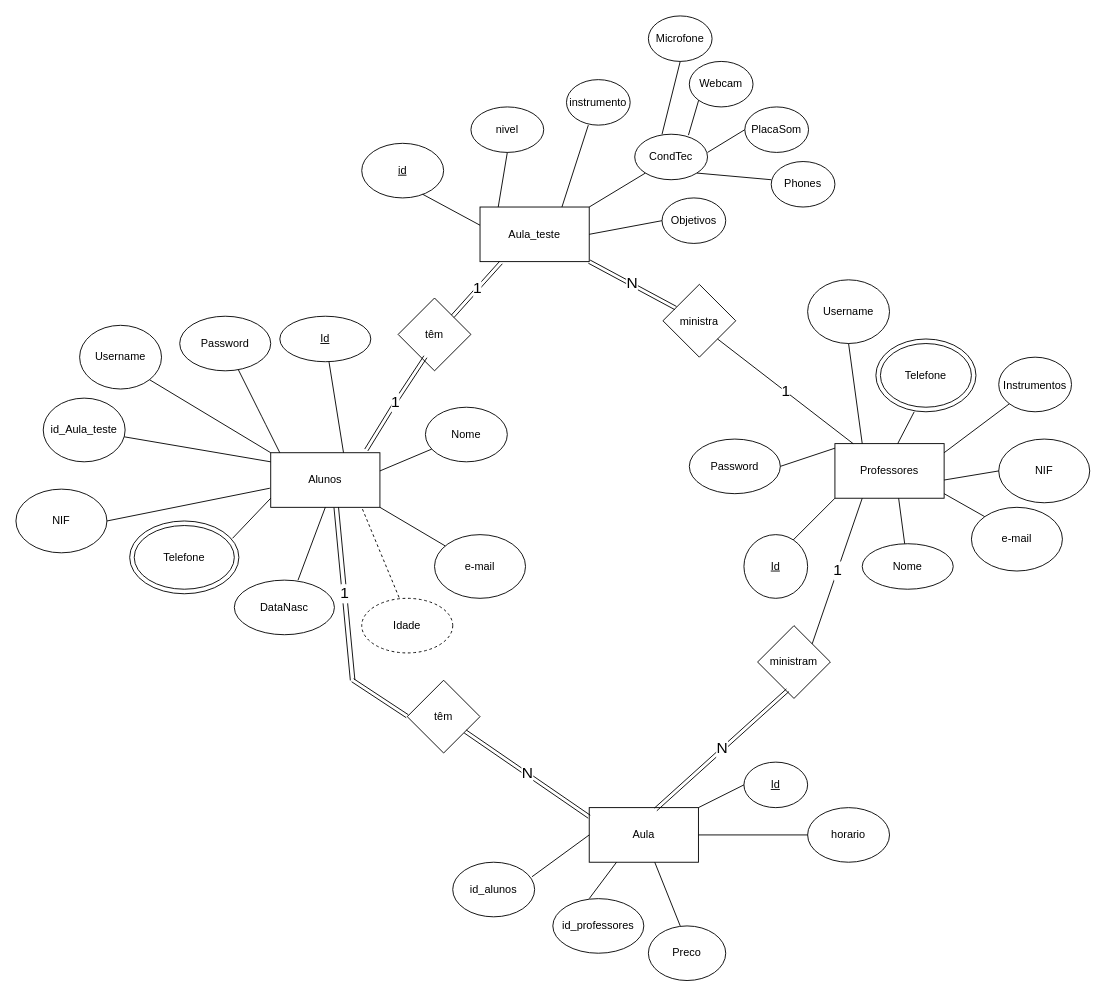
The draw.io diagram Modelo_inicial.drawio in brenexvex/firstproject, before the edit. Source tidied: cells renumbered, new cells numbered last; positions are measured from the earlier drawing's top-left corner, leaving out a move shared by most shapes. Both pictures are drawn from the tidied source at 91%, with x=0, y=0 at pixel (15, 15).
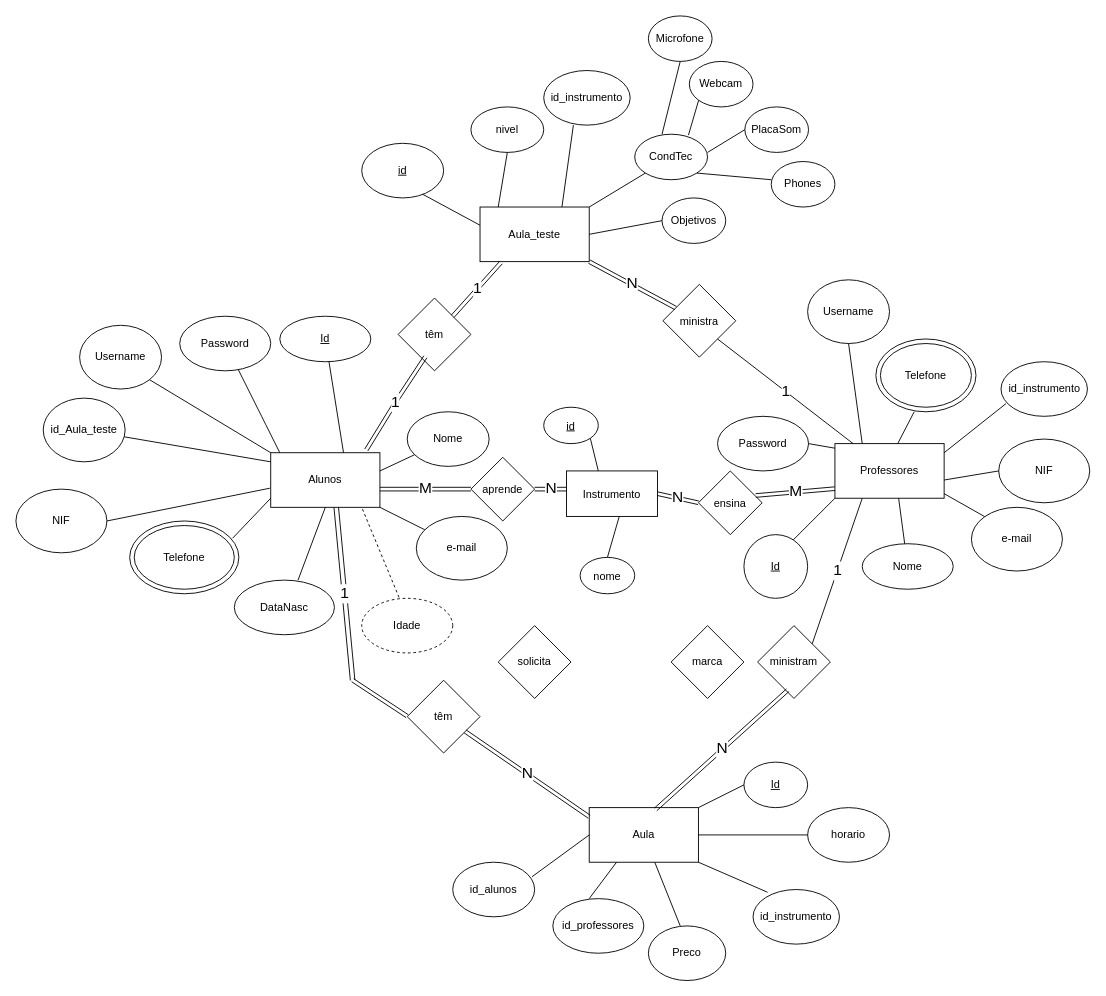
Above is the later version.

Unchanged cells that the change refers to:
```xml
<mxCell id="25" value="Aula" style="rounded=0;whiteSpace=wrap;html=1;" parent="1" vertex="1">
  <mxGeometry x="630" y="870" width="120" height="60" as="geometry" />
</mxCell>
```

What changed in the source:
```diff
@@
     <mxCell id="6" value="Nome" style="ellipse;whiteSpace=wrap;html=1;" parent="1" vertex="1">
-      <mxGeometry x="450" y="430" width="90" height="60" as="geometry" />
+      <mxGeometry x="430" y="435" width="90" height="60" as="geometry" />
     </mxCell>
@@
     <mxCell id="8" value="e-mail" style="ellipse;whiteSpace=wrap;html=1;" parent="1" vertex="1">
-      <mxGeometry x="460" y="570" width="100" height="70" as="geometry" />
+      <mxGeometry x="440" y="550" width="100" height="70" as="geometry" />
     </mxCell>
@@
     <mxCell id="34" value="Password" style="ellipse;whiteSpace=wrap;html=1;" parent="1" vertex="1">
-      <mxGeometry x="740" y="465" width="100" height="60" as="geometry" />
+      <mxGeometry x="771" y="440" width="100" height="60" as="geometry" />
     </mxCell>
@@
-    <mxCell id="60" value="instrumento" style="ellipse;whiteSpace=wrap;html=1;" parent="1" vertex="1">
-      <mxGeometry x="605" y="70" width="70" height="50" as="geometry" />
+    <mxCell id="60" value="id_instrumento" style="ellipse;whiteSpace=wrap;html=1;" parent="1" vertex="1">
+      <mxGeometry x="580" y="60" width="95" height="60" as="geometry" />
     </mxCell>
@@
-    <mxCell id="79" value="&lt;font style=&quot;font-size: 12px&quot;&gt;Instrumentos&lt;/font&gt;" style="ellipse;whiteSpace=wrap;html=1;fontSize=17;" parent="1" vertex="1">
-      <mxGeometry x="1080" y="375" width="80" height="60" as="geometry" />
-    </mxCell>
-    <mxCell id="80" style="endArrow=none;html=1;fontSize=17;entryX=0;entryY=1;entryDx=0;entryDy=0;" parent="1" edge="1" target="79">
-      <mxGeometry relative="1" as="geometry">
-        <mxPoint x="1020" y="480" as="sourcePoint" />
-      </mxGeometry>
-    </mxCell>
@@
+    <mxCell id="85" value="&lt;font style=&quot;font-size: 12px&quot;&gt;Instrumento&lt;/font&gt;" style="rounded=0;whiteSpace=wrap;html=1;fontSize=17;" parent="1" vertex="1">
+      <mxGeometry x="605" y="500" width="100" height="50" as="geometry" />
+    </mxCell>
+    <mxCell id="86" value="&lt;font style=&quot;font-size: 12px&quot;&gt;aprende&lt;/font&gt;" style="rhombus;whiteSpace=wrap;html=1;fontSize=17;" parent="1" vertex="1">
+      <mxGeometry x="500" y="485" width="70" height="70" as="geometry" />
+    </mxCell>
+    <mxCell id="87" value="&lt;font style=&quot;font-size: 12px&quot;&gt;ensina&lt;/font&gt;" style="rhombus;whiteSpace=wrap;html=1;fontSize=17;" parent="1" vertex="1">
+      <mxGeometry x="750" y="500" width="70" height="70" as="geometry" />
+    </mxCell>
+    <mxCell id="88" value="M" style="shape=link;html=1;fontSize=17;" parent="1" edge="1">
+      <mxGeometry relative="1" as="geometry">
+        <mxPoint x="400" y="520" as="sourcePoint" />
+        <mxPoint x="500" y="520" as="targetPoint" />
+      </mxGeometry>
+    </mxCell>
+    <mxCell id="89" value="N" style="shape=link;html=1;fontSize=17;" parent="1" edge="1">
+      <mxGeometry relative="1" as="geometry">
+        <mxPoint x="570" y="520" as="sourcePoint" />
+        <mxPoint x="605" y="520" as="targetPoint" />
+      </mxGeometry>
+    </mxCell>
+    <mxCell id="90" value="N" style="shape=link;html=1;fontSize=17;exitX=1;exitY=0.5;exitDx=0;exitDy=0;" parent="1" edge="1" source="85">
+      <mxGeometry relative="1" as="geometry">
+        <mxPoint x="750" y="535" as="targetPoint" />
+      </mxGeometry>
+    </mxCell>
+    <mxCell id="91" value="M" style="shape=link;html=1;fontSize=17;exitX=0.9;exitY=0.386;exitDx=0;exitDy=0;exitPerimeter=0;" parent="1" edge="1" source="87">
+      <mxGeometry relative="1" as="geometry">
+        <mxPoint x="900" y="519.5" as="targetPoint" />
+      </mxGeometry>
+    </mxCell>
+    <mxCell id="92" value="&lt;font style=&quot;font-size: 12px&quot;&gt;&lt;u&gt;id&lt;/u&gt;&lt;/font&gt;" style="ellipse;whiteSpace=wrap;html=1;fontSize=17;" parent="1" vertex="1">
+      <mxGeometry x="580" y="430" width="60" height="40" as="geometry" />
+    </mxCell>
+    <mxCell id="93" style="endArrow=none;html=1;fontSize=17;entryX=1;entryY=1;entryDx=0;entryDy=0;" parent="1" edge="1" target="92">
+      <mxGeometry relative="1" as="geometry">
+        <mxPoint x="640" y="500" as="sourcePoint" />
+      </mxGeometry>
+    </mxCell>
+    <mxCell id="94" value="&lt;font style=&quot;font-size: 12px&quot;&gt;nome&lt;/font&gt;" style="ellipse;whiteSpace=wrap;html=1;fontSize=17;" parent="1" vertex="1">
+      <mxGeometry x="620" y="595" width="60" height="40" as="geometry" />
+    </mxCell>
+    <mxCell id="95" style="endArrow=none;html=1;fontSize=17;entryX=0.58;entryY=1;entryDx=0;entryDy=0;entryPerimeter=0;" parent="1" edge="1" target="85">
+      <mxGeometry relative="1" as="geometry">
+        <mxPoint x="650" y="595" as="sourcePoint" />
+      </mxGeometry>
+    </mxCell>
+    <mxCell id="96" value="id_instrumento" style="ellipse;whiteSpace=wrap;html=1;" parent="1" vertex="1">
+      <mxGeometry x="810" y="960" width="95" height="60" as="geometry" />
+    </mxCell>
+    <mxCell id="97" value="id_instrumento" style="ellipse;whiteSpace=wrap;html=1;" parent="1" vertex="1">
+      <mxGeometry x="1082.5" y="380" width="95" height="60" as="geometry" />
+    </mxCell>
+    <mxCell id="98" style="endArrow=none;html=1;fontSize=17;exitX=1;exitY=1;exitDx=0;exitDy=0;entryX=0.168;entryY=0.05;entryDx=0;entryDy=0;entryPerimeter=0;" parent="1" edge="1" source="25" target="96">
+      <mxGeometry relative="1" as="geometry" />
+    </mxCell>
+    <mxCell id="99" style="endArrow=none;html=1;fontSize=17;entryX=0.058;entryY=0.767;entryDx=0;entryDy=0;entryPerimeter=0;" parent="1" edge="1" target="97">
+      <mxGeometry relative="1" as="geometry">
+        <mxPoint x="1020" y="480" as="sourcePoint" />
+      </mxGeometry>
+    </mxCell>
+    <mxCell id="100" value="marca" style="rhombus;whiteSpace=wrap;html=1;" parent="1" vertex="1">
+      <mxGeometry x="720" y="670" width="80" height="80" as="geometry" />
+    </mxCell>
+    <mxCell id="101" value="solicita" style="rhombus;whiteSpace=wrap;html=1;" parent="1" vertex="1">
+      <mxGeometry x="530" y="670" width="80" height="80" as="geometry" />
+    </mxCell>
```
